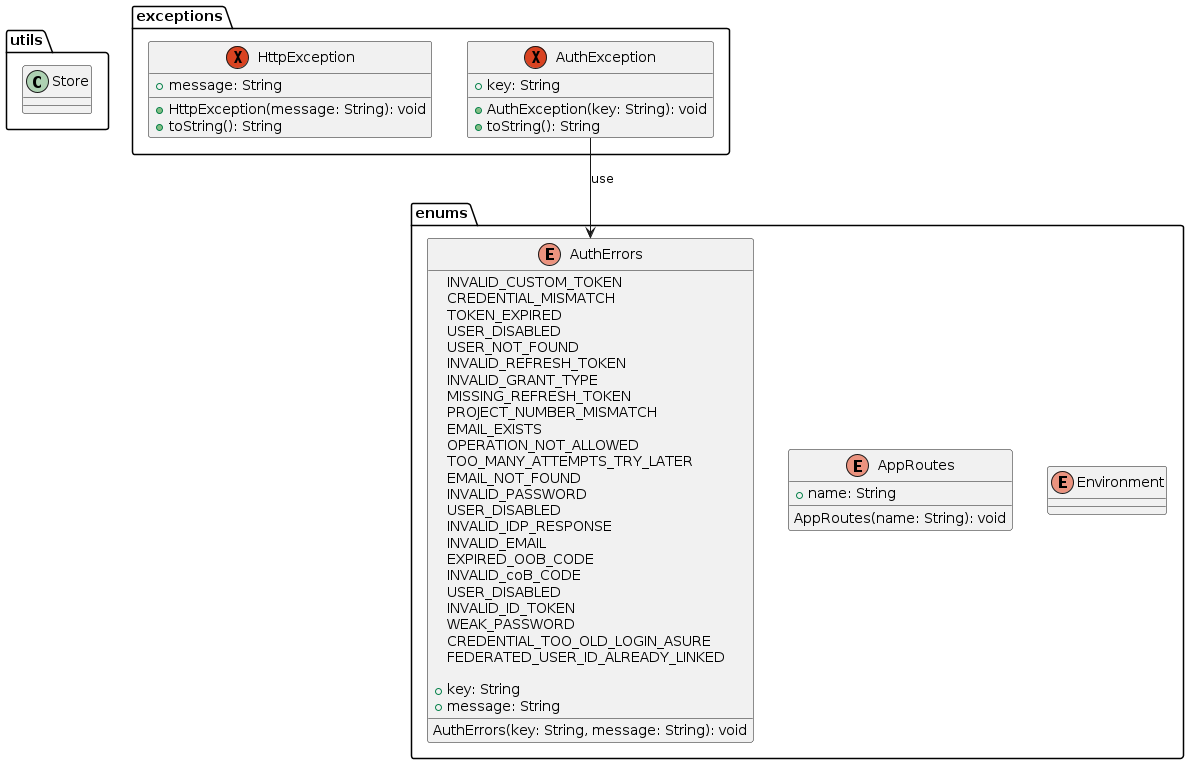
tiagors09/pe_na_pedra keeps this PlantUML diagram as docs/diagrams/out/class_diagrams/pe_na_pedra_class_diagram_9.png. Above is the earlier version.
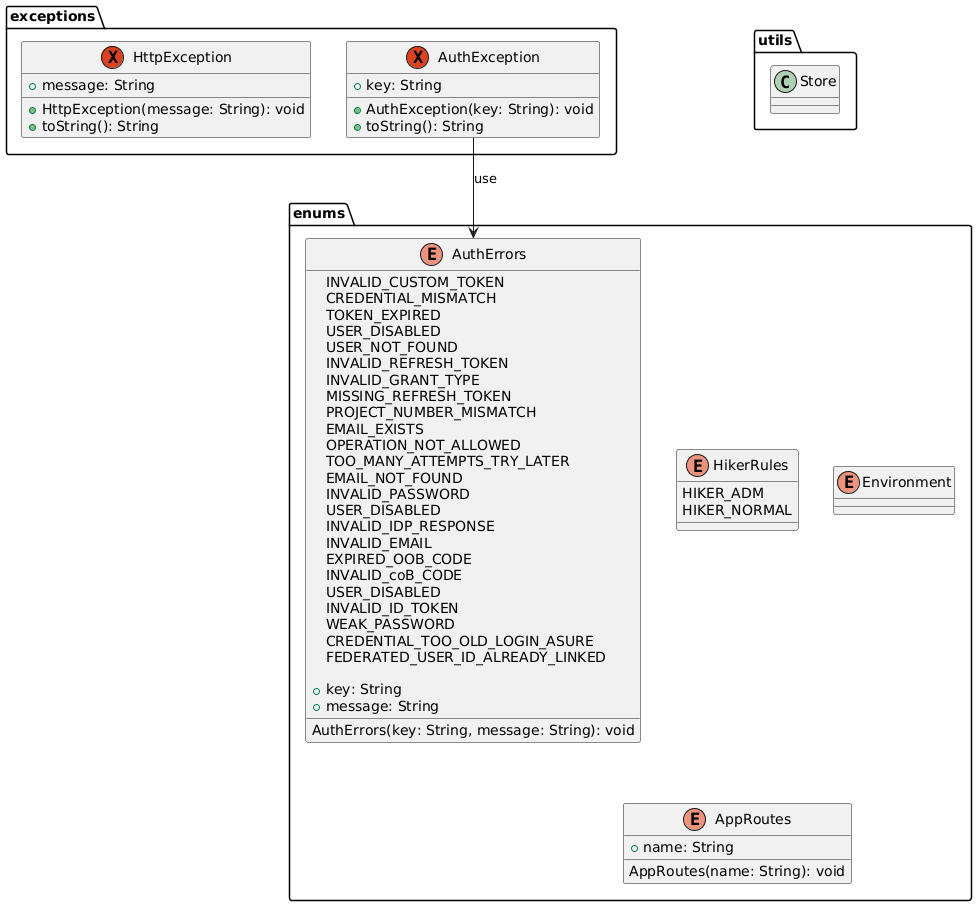
The same file after the commit.

Diff of the diagram source:
```diff
@@ -1,9 +1,14 @@
-@startuml pe_na_pedra_class_diagram_9
+@startuml
 package utils {
   class Store
 }
 
 package enums {
+  enum HikerRules {
+    HIKER_ADM
+    HIKER_NORMAL
+  }
+
   enum Environment
 
   enum AppRoutes {
```
